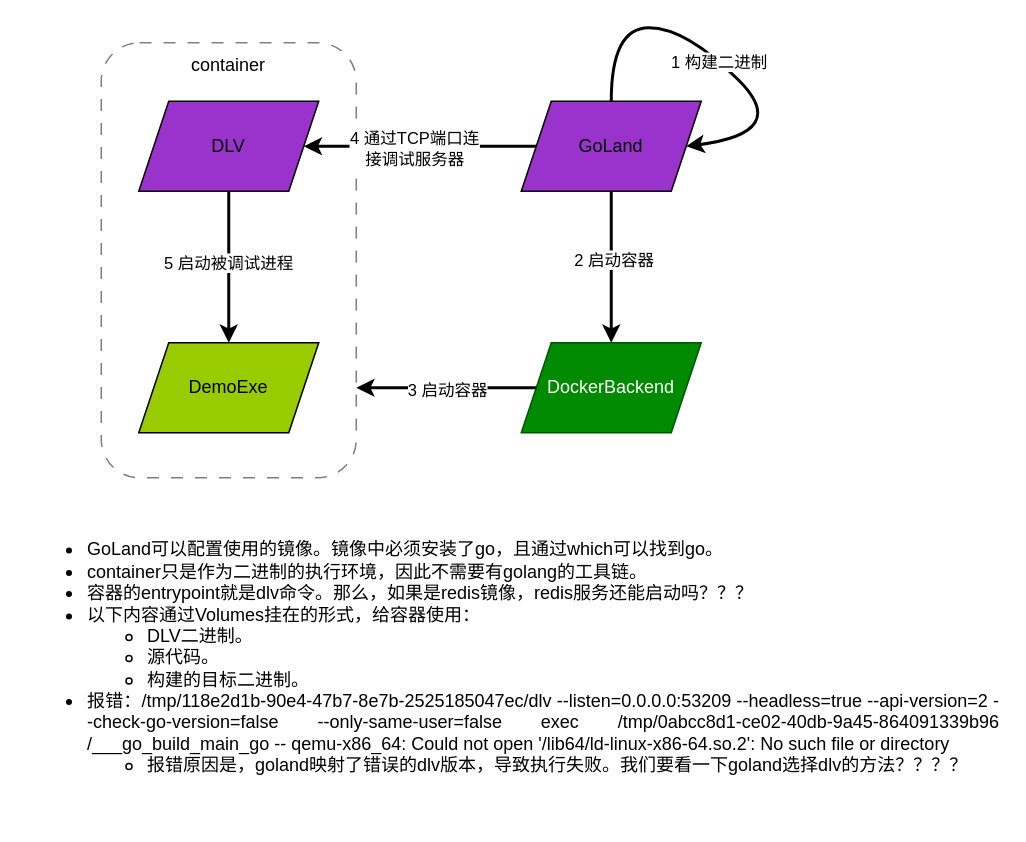
Before: goland_debug_with_docker/GolandDockerSupport.drawio in ethanvc/quickstart, a draw.io diagram. Source tidied: cells renumbered, new cells numbered last; positions are measured from the earlier drawing's top-left corner, leaving out a move shared by most shapes. Both pictures are drawn from the tidied source at 150%, with x=0, y=0 at pixel (26, 27).
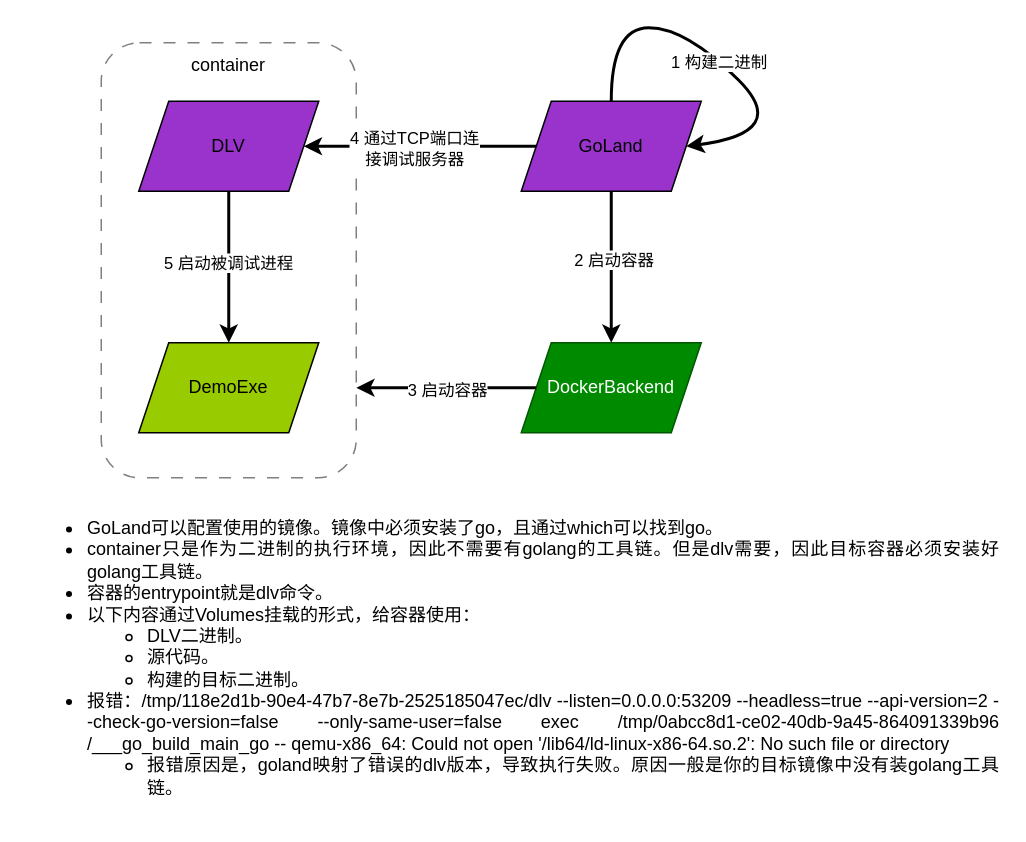
After the change.

Diff of the diagram source:
```diff
@@
-    <mxCell id="4" value="&lt;div style=&quot;text-align: justify;&quot;&gt;&lt;ul&gt;&lt;li&gt;&lt;span style=&quot;background-color: initial;&quot;&gt;GoLand可以配置使用的镜像。镜像中必须安装了go，且通过which可以找到go。&lt;/span&gt;&lt;br&gt;&lt;/li&gt;&lt;li&gt;container只是作为二进制的执行环境，因此不需要有golang的工具链。&lt;/li&gt;&lt;li&gt;容器的entrypoint就是dlv命令。那么，如果是redis镜像，redis服务还能启动吗？？？&lt;/li&gt;&lt;li&gt;以下内容通过Volumes挂在的形式，给容器使用：&lt;/li&gt;&lt;ul&gt;&lt;li&gt;DLV二进制。&lt;/li&gt;&lt;li&gt;源代码。&lt;/li&gt;&lt;li&gt;构建的目标二进制。&lt;/li&gt;&lt;/ul&gt;&lt;li&gt;报错：/tmp/118e2d1b-90e4-47b7-8e7b-2525185047ec/dlv --listen=0.0.0.0:53209 --headless=true --api-version=2 --check-go-version=false --only-same-user=false exec /tmp/0abcc8d1-ce02-40db-9a45-864091339b96 /___go_build_main_go -- qemu-x86_64: Could not open '/lib64/ld-linux-x86-64.so.2': No such file or directory&lt;/li&gt;&lt;ul&gt;&lt;li&gt;报错原因是，goland映射了错误的dlv版本，导致执行失败。我们要看一下goland选择dlv的方法？？？？&lt;/li&gt;&lt;/ul&gt;&lt;/ul&gt;&lt;/div&gt;" style="text;html=1;strokeColor=none;fillColor=none;align=center;verticalAlign=middle;whiteSpace=wrap;rounded=0;" parent="1" vertex="1">
+    <mxCell id="4" value="&lt;div style=&quot;text-align: justify;&quot;&gt;&lt;ul&gt;&lt;li&gt;&lt;span style=&quot;background-color: initial;&quot;&gt;GoLand可以配置使用的镜像。镜像中必须安装了go，且通过which可以找到go。&lt;/span&gt;&lt;br&gt;&lt;/li&gt;&lt;li&gt;container只是作为二进制的执行环境，因此不需要有golang的工具链。但是dlv需要，因此目标容器必须安装好golang工具链。&lt;/li&gt;&lt;li&gt;容器的entrypoint就是dlv命令。&lt;/li&gt;&lt;li&gt;以下内容通过Volumes挂载的形式，给容器使用：&lt;/li&gt;&lt;ul&gt;&lt;li&gt;DLV二进制。&lt;/li&gt;&lt;li&gt;源代码。&lt;/li&gt;&lt;li&gt;构建的目标二进制。&lt;/li&gt;&lt;/ul&gt;&lt;li&gt;报错：/tmp/118e2d1b-90e4-47b7-8e7b-2525185047ec/dlv --listen=0.0.0.0:53209 --headless=true --api-version=2 --check-go-version=false --only-same-user=false exec /tmp/0abcc8d1-ce02-40db-9a45-864091339b96 /___go_build_main_go -- qemu-x86_64: Could not open '/lib64/ld-linux-x86-64.so.2': No such file or directory&lt;/li&gt;&lt;ul&gt;&lt;li&gt;报错原因是，goland映射了错误的dlv版本，导致执行失败。原因一般是你的目标镜像中没有装golang工具链。&lt;/li&gt;&lt;/ul&gt;&lt;/ul&gt;&lt;/div&gt;" style="text;html=1;strokeColor=none;fillColor=none;align=center;verticalAlign=middle;whiteSpace=wrap;rounded=0;" parent="1" vertex="1">
       <mxGeometry y="320" width="650" height="200" as="geometry" />
     </mxCell>
```
